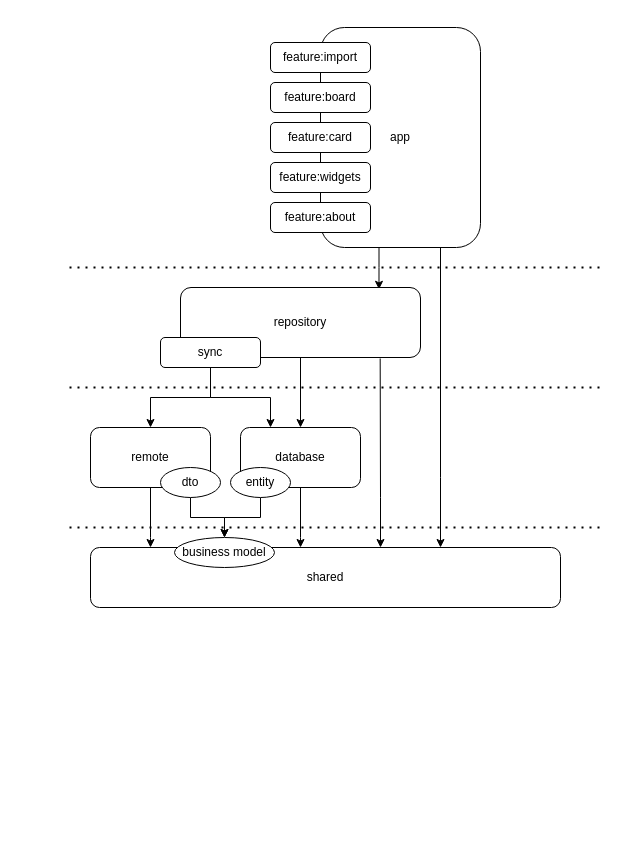
Before: docs/arch.drawio in stefan-niedermann/nextcloud-deck, a draw.io diagram. Source tidied: cells renumbered, new cells numbered last; positions are measured from the earlier drawing's top-left corner, leaving out a move shared by most shapes. Both pictures are drawn from the tidied source at 100%, with x=0, y=0 at pixel (69, 27).
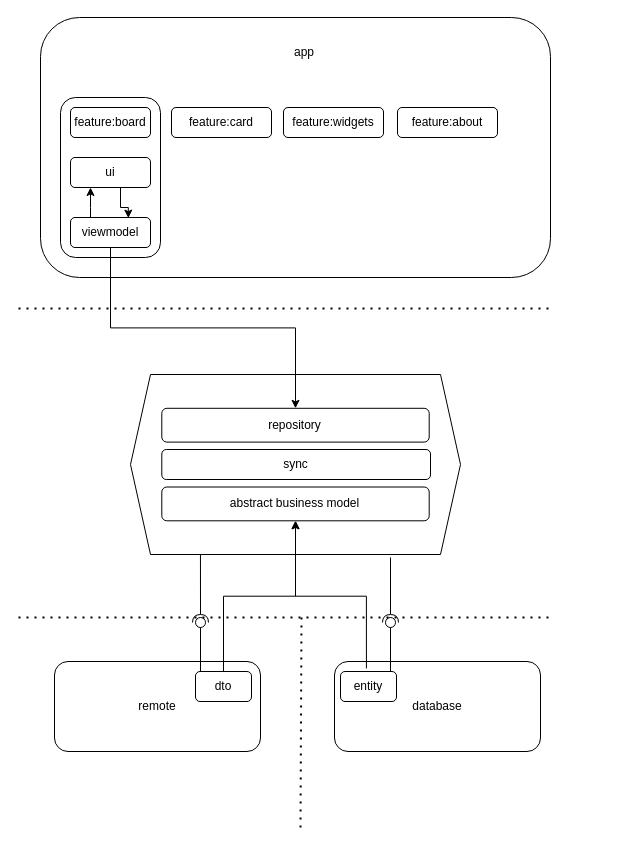
After the change.

Diff of the diagram source:
```diff
@@
-    <mxCell id="2" style="edgeStyle=orthogonalEdgeStyle;rounded=0;jettySize=auto;html=1;entryX=0.827;entryY=0.026;entryDx=0;entryDy=0;entryPerimeter=0;" parent="1" edge="1" source="3" target="5">
-      <mxGeometry relative="1" as="geometry">
-        <Array as="points">
-          <mxPoint x="309" y="240" />
-        </Array>
-      </mxGeometry>
-    </mxCell>
+    <mxCell id="10" value="remote" style="rounded=1;whiteSpace=wrap;html=1;" parent="1" vertex="1">
+      <mxGeometry x="-15" y="634" width="206" height="90" as="geometry" />
+    </mxCell>
+    <mxCell id="6" value="database" style="rounded=1;whiteSpace=wrap;html=1;" parent="1" vertex="1">
+      <mxGeometry x="265" y="634" width="206" height="90" as="geometry" />
+    </mxCell>
+    <mxCell id="26" style="endArrow=none;dashed=1;html=1;dashPattern=1 3;strokeWidth=2;rounded=0;" parent="1" edge="1">
+      <mxGeometry relative="1" as="geometry">
+        <mxPoint x="-51" y="281" as="sourcePoint" />
+        <mxPoint x="479" y="281" as="targetPoint" />
+      </mxGeometry>
+    </mxCell>
+    <mxCell id="27" style="endArrow=none;dashed=1;html=1;dashPattern=1 3;strokeWidth=2;rounded=0;" parent="1" edge="1">
+      <mxGeometry relative="1" as="geometry">
+        <mxPoint x="-51" y="590" as="sourcePoint" />
+        <mxPoint x="479" y="590" as="targetPoint" />
+      </mxGeometry>
+    </mxCell>
+    <mxCell id="29" style="rounded=0;jettySize=auto;html=1;endArrow=halfCircle;endFill=0;endSize=6;strokeWidth=1;sketch=0;exitX=0.212;exitY=1.003;exitDx=0;exitDy=0;exitPerimeter=0;" parent="1" edge="1" source="33" target="31">
+      <mxGeometry relative="1" as="geometry" />
+    </mxCell>
+    <mxCell id="30" style="rounded=0;jettySize=auto;html=1;endArrow=oval;endFill=0;sketch=0;sourcePerimeterSpacing=0;targetPerimeterSpacing=0;endSize=10;exitX=0.5;exitY=0;exitDx=0;exitDy=0;" parent="1" edge="1" target="31">
+      <mxGeometry relative="1" as="geometry">
+        <mxPoint x="131" y="650" as="sourcePoint" />
+      </mxGeometry>
+    </mxCell>
+    <mxCell id="31" style="ellipse;whiteSpace=wrap;html=1;align=center;fillColor=none;strokeColor=none;perimeter=centerPerimeter;points=[];outlineConnect=1;" parent="1" vertex="1">
+      <mxGeometry x="126" y="590" width="10" height="10" as="geometry" />
+    </mxCell>
+    <mxCell id="32" style="group;" parent="1" vertex="1">
+      <mxGeometry x="61" y="347" width="330" height="180" as="geometry" />
+    </mxCell>
+    <mxCell id="33" style="shape=hexagon;perimeter=hexagonPerimeter2;whiteSpace=wrap;html=1;fixedSize=1;" parent="32" vertex="1">
+      <mxGeometry width="330" height="180" as="geometry" />
+    </mxCell>
+    <mxCell id="5" value="&lt;div&gt;repository&lt;/div&gt;" style="rounded=1;whiteSpace=wrap;html=1;verticalAlign=middle;" parent="32" vertex="1">
+      <mxGeometry x="31.3" y="33.8" width="267.4" height="33.8" as="geometry" />
+    </mxCell>
+    <mxCell id="34" value="abstract business model" style="rounded=1;whiteSpace=wrap;html=1;verticalAlign=middle;" parent="32" vertex="1">
+      <mxGeometry x="31.3" y="112.5" width="267.4" height="33.8" as="geometry" />
+    </mxCell>
+    <mxCell id="9" value="sync" style="rounded=1;whiteSpace=wrap;html=1;" parent="32" vertex="1">
+      <mxGeometry x="31.3" y="75" width="268.7" height="30" as="geometry" />
+    </mxCell>
+    <mxCell id="35" style="rounded=0;orthogonalLoop=1;jettySize=auto;html=1;endArrow=halfCircle;endFill=0;endSize=6;strokeWidth=1;sketch=0;" parent="1" edge="1">
+      <mxGeometry relative="1" as="geometry">
+        <mxPoint x="321" y="530" as="sourcePoint" />
+        <mxPoint x="321" y="595" as="targetPoint" />
+      </mxGeometry>
+    </mxCell>
+    <mxCell id="36" style="rounded=0;orthogonalLoop=1;jettySize=auto;html=1;endArrow=oval;endFill=0;sketch=0;sourcePerimeterSpacing=0;targetPerimeterSpacing=0;endSize=10;" parent="1" edge="1">
+      <mxGeometry relative="1" as="geometry">
+        <mxPoint x="321" y="650" as="sourcePoint" />
+        <mxPoint x="321" y="595" as="targetPoint" />
+      </mxGeometry>
+    </mxCell>
+    <mxCell id="19" value="dto" style="rounded=1;whiteSpace=wrap;html=1;" parent="1" vertex="1">
+      <mxGeometry x="126" y="644" width="56" height="30" as="geometry" />
+    </mxCell>
+    <mxCell id="37" style="edgeStyle=orthogonalEdgeStyle;rounded=0;jettySize=auto;html=1;entryX=0.5;entryY=0;entryDx=0;entryDy=0;startArrow=classic;startFill=1;endArrow=none;endFill=0;" parent="1" edge="1" source="34" target="19">
+      <mxGeometry relative="1" as="geometry" />
+    </mxCell>
+    <mxCell id="20" value="entity" style="rounded=1;whiteSpace=wrap;html=1;" parent="1" vertex="1">
+      <mxGeometry x="271" y="644" width="56" height="30" as="geometry" />
+    </mxCell>
+    <mxCell id="38" style="edgeStyle=orthogonalEdgeStyle;rounded=0;jettySize=auto;html=1;entryX=0.463;entryY=-0.103;entryDx=0;entryDy=0;entryPerimeter=0;endArrow=none;endFill=0;startArrow=classic;startFill=1;" parent="1" edge="1" source="34" target="20">
+      <mxGeometry relative="1" as="geometry" />
+    </mxCell>
+    <mxCell id="39" style="endArrow=none;dashed=1;html=1;dashPattern=1 3;strokeWidth=2;rounded=0;" parent="1" edge="1">
+      <mxGeometry relative="1" as="geometry">
+        <mxPoint x="231" y="800" as="sourcePoint" />
+        <mxPoint x="232" y="590" as="targetPoint" />
+      </mxGeometry>
+    </mxCell>
-    <mxCell id="3" value="app" style="rounded=1;whiteSpace=wrap;html=1;" parent="1" vertex="1">
-      <mxGeometry x="251" width="160" height="220" as="geometry" />
+    <mxCell id="3" style="rounded=1;whiteSpace=wrap;html=1;" parent="1" vertex="1">
+      <mxGeometry x="-29" y="-10" width="510" height="260" as="geometry" />
     </mxCell>
-    <mxCell id="4" style="edgeStyle=orthogonalEdgeStyle;rounded=0;jettySize=auto;html=1;entryX=0.5;entryY=0;entryDx=0;entryDy=0;startArrow=none;startFill=0;endArrow=classic;endFill=1;" parent="1" edge="1" source="5" target="6">
-      <mxGeometry relative="1" as="geometry" />
-    </mxCell>
-    <mxCell id="5" value="&lt;div&gt;repository&lt;/div&gt;" style="rounded=1;whiteSpace=wrap;html=1;verticalAlign=middle;" parent="1" vertex="1">
-      <mxGeometry x="111" y="260" width="240" height="70" as="geometry" />
-    </mxCell>
-    <mxCell id="6" value="database" style="rounded=1;whiteSpace=wrap;html=1;" parent="1" vertex="1">
-      <mxGeometry x="171" y="400" width="120" height="60" as="geometry" />
-    </mxCell>
-    <mxCell id="7" style="edgeStyle=orthogonalEdgeStyle;rounded=0;jettySize=auto;html=1;entryX=0.5;entryY=0;entryDx=0;entryDy=0;startArrow=none;startFill=0;endArrow=classic;endFill=1;" parent="1" edge="1" source="9" target="10">
-      <mxGeometry relative="1" as="geometry" />
-    </mxCell>
-    <mxCell id="8" style="edgeStyle=orthogonalEdgeStyle;rounded=0;jettySize=auto;html=1;entryX=0.25;entryY=0;entryDx=0;entryDy=0;startArrow=none;startFill=0;endArrow=classic;endFill=1;" parent="1" edge="1" source="9" target="6">
-      <mxGeometry relative="1" as="geometry" />
-    </mxCell>
-    <mxCell id="9" value="sync" style="rounded=1;whiteSpace=wrap;html=1;" parent="1" vertex="1">
-      <mxGeometry x="91" y="310" width="100" height="30" as="geometry" />
-    </mxCell>
-    <mxCell id="10" value="remote" style="rounded=1;whiteSpace=wrap;html=1;" parent="1" vertex="1">
-      <mxGeometry x="21" y="400" width="120" height="60" as="geometry" />
-    </mxCell>
-    <mxCell id="11" style="edgeStyle=orthogonalEdgeStyle;rounded=0;jettySize=auto;html=1;entryX=0.5;entryY=1;entryDx=0;entryDy=0;endArrow=none;endFill=0;startArrow=classic;startFill=1;" parent="1" edge="1" source="14" target="10">
-      <mxGeometry relative="1" as="geometry">
-        <Array as="points">
-          <mxPoint x="81" y="510" />
-          <mxPoint x="81" y="510" />
-        </Array>
-      </mxGeometry>
-    </mxCell>
-    <mxCell id="12" style="edgeStyle=orthogonalEdgeStyle;rounded=0;jettySize=auto;html=1;entryX=0.5;entryY=1;entryDx=0;entryDy=0;endArrow=none;endFill=0;startArrow=classic;startFill=1;" parent="1" edge="1" source="14" target="6">
-      <mxGeometry relative="1" as="geometry">
-        <Array as="points">
-          <mxPoint x="231" y="510" />
-          <mxPoint x="231" y="510" />
-        </Array>
-      </mxGeometry>
-    </mxCell>
-    <mxCell id="13" style="edgeStyle=orthogonalEdgeStyle;rounded=0;jettySize=auto;html=1;entryX=0.75;entryY=1;entryDx=0;entryDy=0;endArrow=none;endFill=0;startArrow=classic;startFill=1;" parent="1" edge="1" source="14" target="3">
-      <mxGeometry relative="1" as="geometry">
-        <Array as="points">
-          <mxPoint x="371" y="450" />
-          <mxPoint x="371" y="450" />
-        </Array>
-      </mxGeometry>
-    </mxCell>
-    <mxCell id="14" value="shared" style="rounded=1;whiteSpace=wrap;html=1;" parent="1" vertex="1">
-      <mxGeometry x="21" y="520" width="470" height="60" as="geometry" />
-    </mxCell>
-    <mxCell id="15" style="edgeStyle=orthogonalEdgeStyle;rounded=0;jettySize=auto;html=1;entryX=0.832;entryY=1.014;entryDx=0;entryDy=0;entryPerimeter=0;endArrow=none;endFill=0;startArrow=classic;startFill=1;" parent="1" edge="1" source="14" target="5">
-      <mxGeometry relative="1" as="geometry">
-        <Array as="points">
-          <mxPoint x="311" y="470" />
-          <mxPoint x="311" y="470" />
-        </Array>
-      </mxGeometry>
-    </mxCell>
-    <mxCell id="16" style="edgeStyle=orthogonalEdgeStyle;rounded=0;jettySize=auto;html=1;entryX=0.5;entryY=1;entryDx=0;entryDy=0;endArrow=none;endFill=0;startArrow=classic;startFill=1;" parent="1" edge="1" source="18" target="19">
-      <mxGeometry relative="1" as="geometry" />
-    </mxCell>
-    <mxCell id="17" style="edgeStyle=orthogonalEdgeStyle;rounded=0;jettySize=auto;html=1;entryX=0.5;entryY=1;entryDx=0;entryDy=0;endArrow=none;endFill=0;startArrow=classic;startFill=1;" parent="1" edge="1" source="18" target="20">
-      <mxGeometry relative="1" as="geometry" />
-    </mxCell>
-    <mxCell id="18" value="business model" style="ellipse;whiteSpace=wrap;html=1;" parent="1" vertex="1">
-      <mxGeometry x="105" y="510" width="100" height="30" as="geometry" />
-    </mxCell>
-    <mxCell id="19" value="dto" style="ellipse;whiteSpace=wrap;html=1;" parent="1" vertex="1">
-      <mxGeometry x="91" y="440" width="60" height="30" as="geometry" />
-    </mxCell>
-    <mxCell id="20" value="entity" style="ellipse;whiteSpace=wrap;html=1;" parent="1" vertex="1">
-      <mxGeometry x="161" y="440" width="60" height="30" as="geometry" />
-    </mxCell>
-    <mxCell id="21" value="feature:import" style="rounded=1;whiteSpace=wrap;html=1;" parent="1" vertex="1">
-      <mxGeometry x="201" y="15" width="100" height="30" as="geometry" />
-    </mxCell>
+    <mxCell id="40" value="app" style="text;html=1;whiteSpace=wrap;strokeColor=none;fillColor=none;align=center;verticalAlign=middle;rounded=0;" parent="1" vertex="1">
+      <mxGeometry x="205" y="10" width="60" height="30" as="geometry" />
+    </mxCell>
+    <mxCell id="41" style="rounded=1;whiteSpace=wrap;html=1;" parent="1" vertex="1">
+      <mxGeometry x="-9" y="70" width="100" height="160" as="geometry" />
+    </mxCell>
     <mxCell id="22" value="feature:board" style="rounded=1;whiteSpace=wrap;html=1;" parent="1" vertex="1">
-      <mxGeometry x="201" y="55" width="100" height="30" as="geometry" />
+      <mxGeometry x="1" y="80" width="80" height="30" as="geometry" />
     </mxCell>
     <mxCell id="23" value="feature:card" style="rounded=1;whiteSpace=wrap;html=1;" parent="1" vertex="1">
-      <mxGeometry x="201" y="95" width="100" height="30" as="geometry" />
+      <mxGeometry x="102" y="80" width="100" height="30" as="geometry" />
     </mxCell>
     <mxCell id="24" value="feature:widgets" style="rounded=1;whiteSpace=wrap;html=1;" parent="1" vertex="1">
-      <mxGeometry x="201" y="135" width="100" height="30" as="geometry" />
+      <mxGeometry x="214" y="80" width="100" height="30" as="geometry" />
     </mxCell>
     <mxCell id="25" value="feature:about" style="rounded=1;whiteSpace=wrap;html=1;" parent="1" vertex="1">
-      <mxGeometry x="201" y="175" width="100" height="30" as="geometry" />
+      <mxGeometry x="328" y="80" width="100" height="30" as="geometry" />
     </mxCell>
-    <mxCell id="26" style="endArrow=none;dashed=1;html=1;dashPattern=1 3;strokeWidth=2;rounded=0;" parent="1" edge="1">
-      <mxGeometry relative="1" as="geometry">
-        <mxPoint y="240" as="sourcePoint" />
-        <mxPoint x="530" y="240" as="targetPoint" />
-      </mxGeometry>
-    </mxCell>
-    <mxCell id="27" style="endArrow=none;dashed=1;html=1;dashPattern=1 3;strokeWidth=2;rounded=0;" parent="1" edge="1">
-      <mxGeometry relative="1" as="geometry">
-        <mxPoint y="360" as="sourcePoint" />
-        <mxPoint x="530" y="360" as="targetPoint" />
-      </mxGeometry>
-    </mxCell>
-    <mxCell id="28" style="endArrow=none;dashed=1;html=1;dashPattern=1 3;strokeWidth=2;rounded=0;" parent="1" edge="1">
-      <mxGeometry relative="1" as="geometry">
-        <mxPoint y="500" as="sourcePoint" />
-        <mxPoint x="530" y="500" as="targetPoint" />
-      </mxGeometry>
-    </mxCell>
+    <mxCell id="42" style="edgeStyle=orthogonalEdgeStyle;rounded=0;jettySize=auto;html=1;entryX=0.25;entryY=1;entryDx=0;entryDy=0;" parent="1" edge="1" source="43" target="44">
+      <mxGeometry relative="1" as="geometry">
+        <Array as="points">
+          <mxPoint x="21" y="180" />
+          <mxPoint x="21" y="180" />
+        </Array>
+      </mxGeometry>
+    </mxCell>
+    <mxCell id="43" value="viewmodel" style="rounded=1;whiteSpace=wrap;html=1;" parent="1" vertex="1">
+      <mxGeometry x="1" y="190" width="80" height="30" as="geometry" />
+    </mxCell>
+    <mxCell id="44" value="ui" style="rounded=1;whiteSpace=wrap;html=1;" parent="1" vertex="1">
+      <mxGeometry x="1" y="130" width="80" height="30" as="geometry" />
+    </mxCell>
+    <mxCell id="45" style="edgeStyle=orthogonalEdgeStyle;rounded=0;jettySize=auto;html=1;entryX=0.723;entryY=0.019;entryDx=0;entryDy=0;entryPerimeter=0;" parent="1" edge="1" source="44" target="43">
+      <mxGeometry relative="1" as="geometry">
+        <Array as="points">
+          <mxPoint x="51" y="180" />
+          <mxPoint x="59" y="180" />
+        </Array>
+      </mxGeometry>
+    </mxCell>
+    <mxCell id="46" style="edgeStyle=orthogonalEdgeStyle;rounded=0;jettySize=auto;html=1;exitX=0.5;exitY=1;exitDx=0;exitDy=0;" parent="1" edge="1" source="43" target="5">
+      <mxGeometry relative="1" as="geometry" />
+    </mxCell>
```
